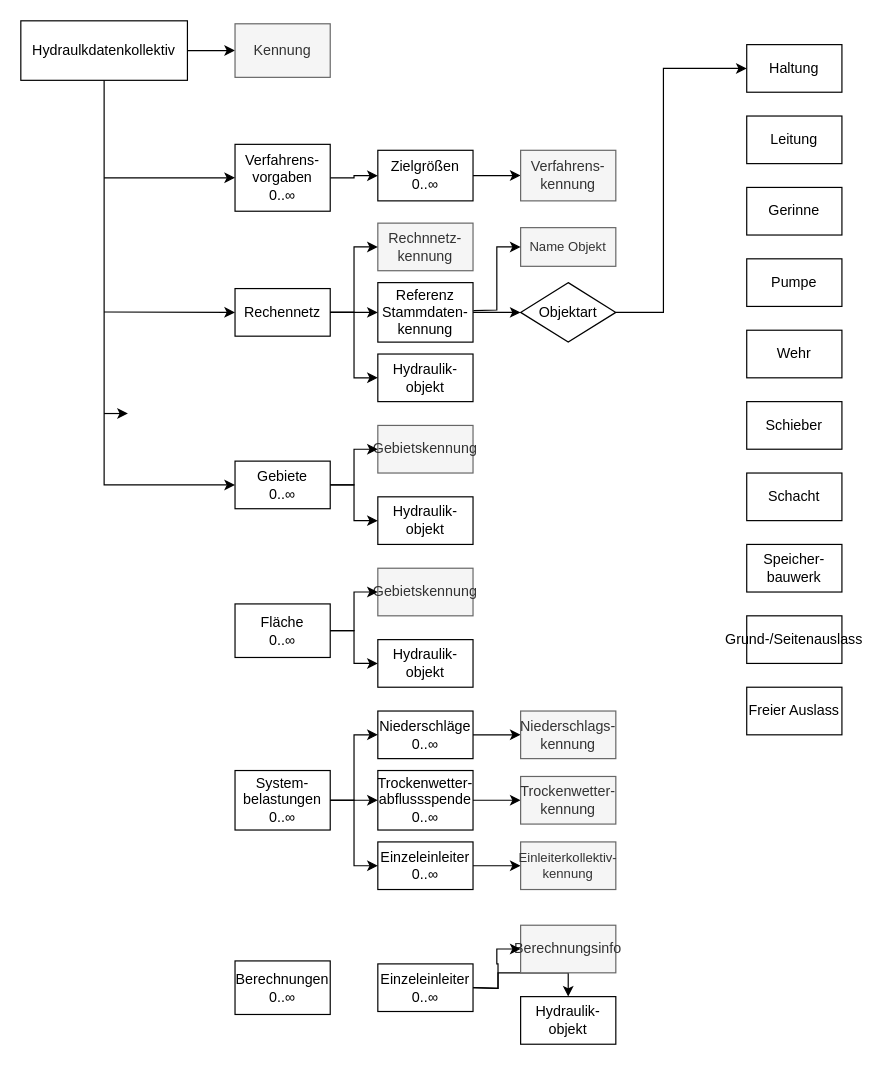
The draw.io diagram Kopie von grobwasser.drawio in simonwb123/BA-ISYBAU, before the edit. Source tidied: cells renumbered, new cells numbered last; positions are measured from the earlier drawing's top-left corner, leaving out a move shared by most shapes. Both pictures are drawn from the tidied source at 119%, with x=0, y=0 at pixel (20, 20).
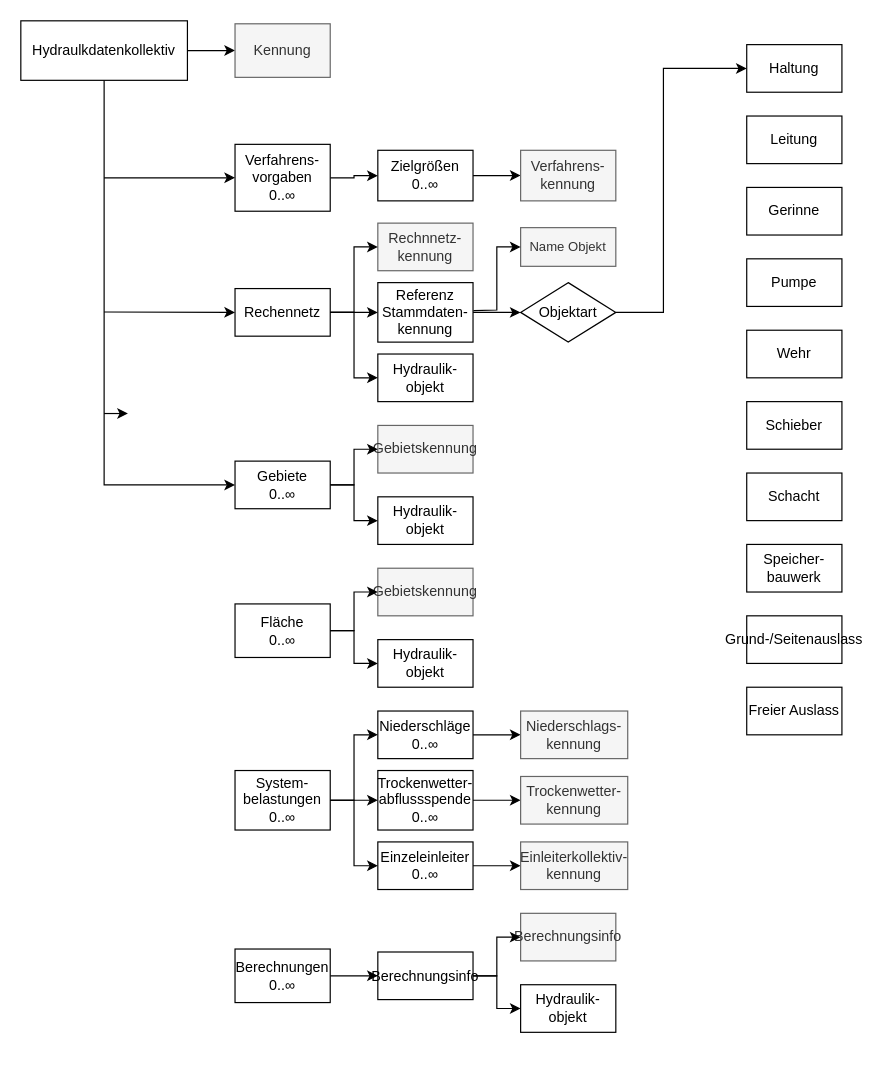
The same page after the edit.

Commit message:
Kopie von grobwasser.drawio Verlängerte blöcke

Diff of the diagram source:
```diff
@@
     <mxCell id="56" value="&lt;div&gt;Niederschlags-kennung&lt;/div&gt;" style="rounded=0;whiteSpace=wrap;html=1;fontFamily=Latin Modern;fillColor=#f5f5f5;fontColor=#333333;strokeColor=#666666;" parent="1" vertex="1">
-      <mxGeometry x="420" y="580" width="80" height="40" as="geometry" />
+      <mxGeometry x="420" y="580" width="90" height="40" as="geometry" />
     </mxCell>
     <mxCell id="57" value="&lt;div&gt;Trockenwetter-kennung&lt;/div&gt;" style="rounded=0;whiteSpace=wrap;html=1;fontFamily=Latin Modern;fillColor=#f5f5f5;fontColor=#333333;strokeColor=#666666;" parent="1" vertex="1">
-      <mxGeometry x="420" y="635" width="80" height="40" as="geometry" />
+      <mxGeometry x="420" y="635" width="90" height="40" as="geometry" />
     </mxCell>
-    <mxCell id="58" value="&lt;div&gt;Einleiterkollektiv-kennung&lt;/div&gt;" style="rounded=0;whiteSpace=wrap;html=1;fontFamily=Latin Modern;fillColor=#f5f5f5;fontColor=#333333;strokeColor=#666666;fontSize=11;" parent="1" vertex="1">
-      <mxGeometry x="420" y="690" width="80" height="40" as="geometry" />
+    <mxCell id="58" value="&lt;div&gt;&lt;font style=&quot;font-size: 12px;&quot;&gt;Einleiterkollektiv-kennung&lt;/font&gt;&lt;/div&gt;" style="rounded=0;whiteSpace=wrap;html=1;fontFamily=Latin Modern;fillColor=#f5f5f5;fontColor=#333333;strokeColor=#666666;fontSize=11;" parent="1" vertex="1">
+      <mxGeometry x="420" y="690" width="90" height="40" as="geometry" />
     </mxCell>
+    <mxCell id="65" style="edgeStyle=orthogonalEdgeStyle;rounded=0;jettySize=auto;html=1;" parent="1" edge="1" source="59" target="64">
+      <mxGeometry relative="1" as="geometry" />
+    </mxCell>
     <mxCell id="59" value="&lt;div&gt;Berechnungen&lt;/div&gt;&lt;div&gt;&lt;div&gt;0..∞&lt;/div&gt;&lt;/div&gt;" style="rounded=0;whiteSpace=wrap;html=1;fontFamily=Latin Modern;" parent="1" vertex="1">
-      <mxGeometry x="180" y="790" width="80" height="45" as="geometry" />
+      <mxGeometry x="180" y="780" width="80" height="45" as="geometry" />
     </mxCell>
     <mxCell id="60" style="edgeStyle=orthogonalEdgeStyle;rounded=0;jettySize=auto;html=1;exitX=1;exitY=0.5;exitDx=0;exitDy=0;" parent="1" edge="1" target="62">
       <mxGeometry relative="1" as="geometry">
-        <mxPoint x="380" y="812.5" as="sourcePoint" />
+        <mxPoint x="380" y="802.5" as="sourcePoint" />
+        <Array as="points">
+          <mxPoint x="400" y="802" />
+          <mxPoint x="400" y="830" />
+        </Array>
       </mxGeometry>
     </mxCell>
     <mxCell id="61" value="Berechnungsinfo" style="rounded=0;whiteSpace=wrap;html=1;fontFamily=Latin Modern;fillColor=#f5f5f5;fontColor=#333333;strokeColor=#666666;" parent="1" vertex="1">
-      <mxGeometry x="420" y="760" width="80" height="40" as="geometry" />
+      <mxGeometry x="420" y="750" width="80" height="40" as="geometry" />
     </mxCell>
     <mxCell id="62" value="&lt;div&gt;Hydraulik-&lt;/div&gt;&lt;div&gt;objekt&lt;/div&gt;" style="rounded=0;whiteSpace=wrap;html=1;fontFamily=Latin Modern;" parent="1" vertex="1">
-      <mxGeometry x="420" y="820" width="80" height="40" as="geometry" />
+      <mxGeometry x="420" y="810" width="80" height="40" as="geometry" />
     </mxCell>
     <mxCell id="63" style="edgeStyle=orthogonalEdgeStyle;rounded=0;jettySize=auto;html=1;entryX=0;entryY=0.5;entryDx=0;entryDy=0;exitX=1;exitY=0.5;exitDx=0;exitDy=0;" parent="1" edge="1" target="61">
       <mxGeometry relative="1" as="geometry">
-        <mxPoint x="380" y="812.5" as="sourcePoint" />
+        <mxPoint x="380" y="802.5" as="sourcePoint" />
+        <Array as="points">
+          <mxPoint x="400" y="802" />
+          <mxPoint x="400" y="770" />
+        </Array>
       </mxGeometry>
     </mxCell>
-    <mxCell id="64" value="&lt;div&gt;Einzeleinleiter&lt;/div&gt;&lt;div&gt;0..∞&lt;/div&gt;" style="rounded=0;whiteSpace=wrap;html=1;fontFamily=Latin Modern;" parent="1" vertex="1">
-      <mxGeometry x="300" y="792.5" width="80" height="40" as="geometry" />
+    <mxCell id="64" value="Berechnungsinfo" style="rounded=0;whiteSpace=wrap;html=1;fontFamily=Latin Modern;" parent="1" vertex="1">
+      <mxGeometry x="300" y="782.5" width="80" height="40" as="geometry" />
     </mxCell>
```
